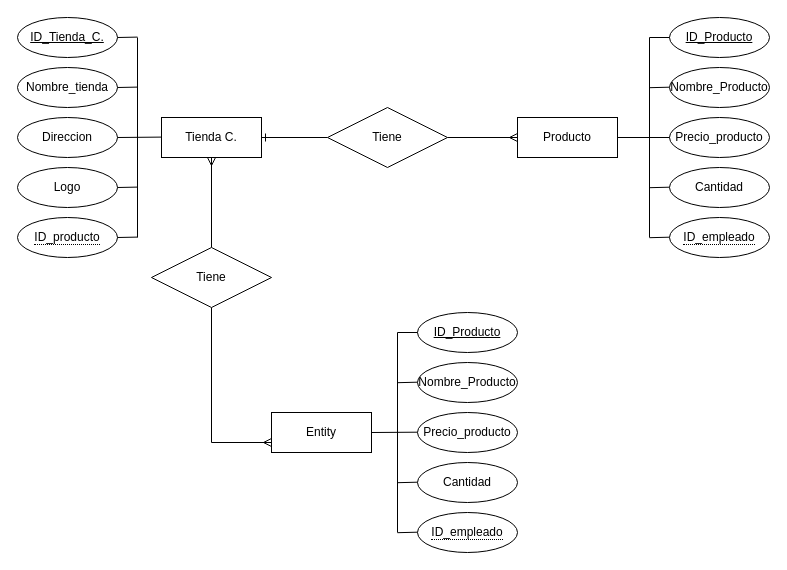
This is page "Tienda.C" (1 of 5) of Modelos entidad relacion.drawio from BrayanRosasC/Tareas, a draw.io file, before an edit. Source tidied: cells renumbered, new cells numbered last; positions are measured from the earlier drawing's top-left corner, leaving out a move shared by most shapes. Both pictures are drawn from the tidied source at 100%, with x=0, y=0 at pixel (17, 17).
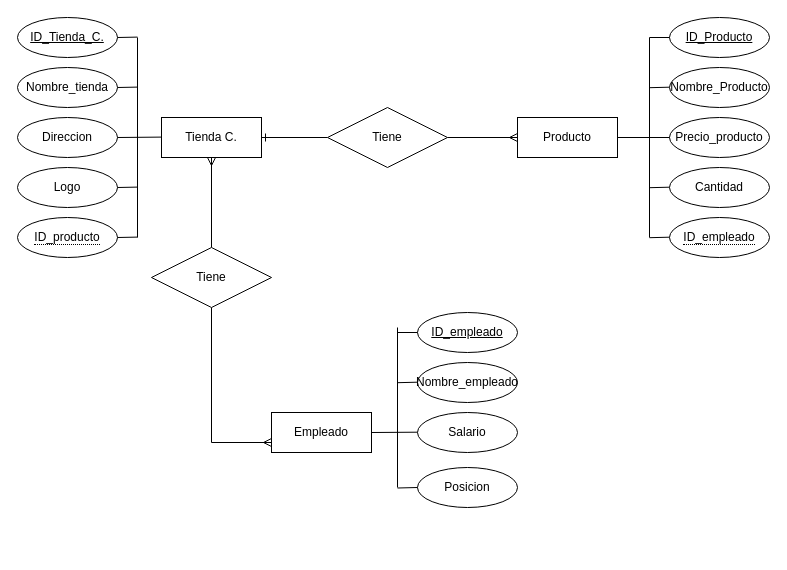
Above is the later version.

Diff of the diagram source:
```diff
@@
-    <mxCell id="32" value="Entity" style="whiteSpace=wrap;html=1;align=center;" parent="1" vertex="1">
+    <mxCell id="32" value="Empleado" style="whiteSpace=wrap;html=1;align=center;" parent="1" vertex="1">
       <mxGeometry x="254" y="395" width="100" height="40" as="geometry" />
     </mxCell>
-    <mxCell id="33" value="Nombre_Producto" style="ellipse;whiteSpace=wrap;html=1;align=center;direction=west;" parent="1" vertex="1">
+    <mxCell id="33" value="Nombre_empleado" style="ellipse;whiteSpace=wrap;html=1;align=center;direction=west;" parent="1" vertex="1">
       <mxGeometry x="400" y="345" width="100" height="40" as="geometry" />
     </mxCell>
-    <mxCell id="34" value="ID_Producto" style="ellipse;whiteSpace=wrap;html=1;align=center;fontStyle=4;direction=west;" parent="1" vertex="1">
+    <mxCell id="34" value="ID_empleado" style="ellipse;whiteSpace=wrap;html=1;align=center;fontStyle=4;direction=west;" parent="1" vertex="1">
       <mxGeometry x="400" y="295" width="100" height="40" as="geometry" />
     </mxCell>
-    <mxCell id="35" value="&lt;span style=&quot;border-bottom: 1px dotted&quot;&gt;ID_empleado&lt;/span&gt;" style="ellipse;whiteSpace=wrap;html=1;align=center;direction=west;" parent="1" vertex="1">
-      <mxGeometry x="400" y="495" width="100" height="40" as="geometry" />
-    </mxCell>
-    <mxCell id="36" value="Precio_producto" style="ellipse;whiteSpace=wrap;html=1;align=center;direction=west;" parent="1" vertex="1">
+    <mxCell id="36" value="Salario" style="ellipse;whiteSpace=wrap;html=1;align=center;direction=west;" parent="1" vertex="1">
       <mxGeometry x="400" y="395" width="100" height="40" as="geometry" />
     </mxCell>
-    <mxCell id="37" value="Cantidad" style="ellipse;whiteSpace=wrap;html=1;align=center;direction=west;" parent="1" vertex="1">
-      <mxGeometry x="400" y="445" width="100" height="40" as="geometry" />
+    <mxCell id="37" value="Posicion" style="ellipse;whiteSpace=wrap;html=1;align=center;direction=west;" parent="1" vertex="1">
+      <mxGeometry x="400" y="450" width="100" height="40" as="geometry" />
     </mxCell>
     <mxCell id="38" style="endArrow=none;html=1;rounded=0;" parent="1" edge="1">
       <mxGeometry relative="1" as="geometry">
-        <mxPoint x="380" y="515" as="sourcePoint" />
-        <mxPoint x="380" y="315" as="targetPoint" />
+        <mxPoint x="380" y="470" as="sourcePoint" />
+        <mxPoint x="380" y="310" as="targetPoint" />
       </mxGeometry>
     </mxCell>
@@
     <mxCell id="41" style="endArrow=none;html=1;rounded=0;exitX=1;exitY=0.5;exitDx=0;exitDy=0;" parent="1" edge="1">
       <mxGeometry relative="1" as="geometry">
-        <mxPoint x="380" y="465.2" as="sourcePoint" />
-        <mxPoint x="400" y="464.7" as="targetPoint" />
+        <mxPoint x="380" y="470.5" as="sourcePoint" />
+        <mxPoint x="400" y="470" as="targetPoint" />
       </mxGeometry>
     </mxCell>
-    <mxCell id="42" style="endArrow=none;html=1;rounded=0;exitX=1;exitY=0.5;exitDx=0;exitDy=0;" parent="1" edge="1">
-      <mxGeometry relative="1" as="geometry">
-        <mxPoint x="380" y="515.2" as="sourcePoint" />
-        <mxPoint x="400" y="514.7" as="targetPoint" />
-      </mxGeometry>
-    </mxCell>
```
